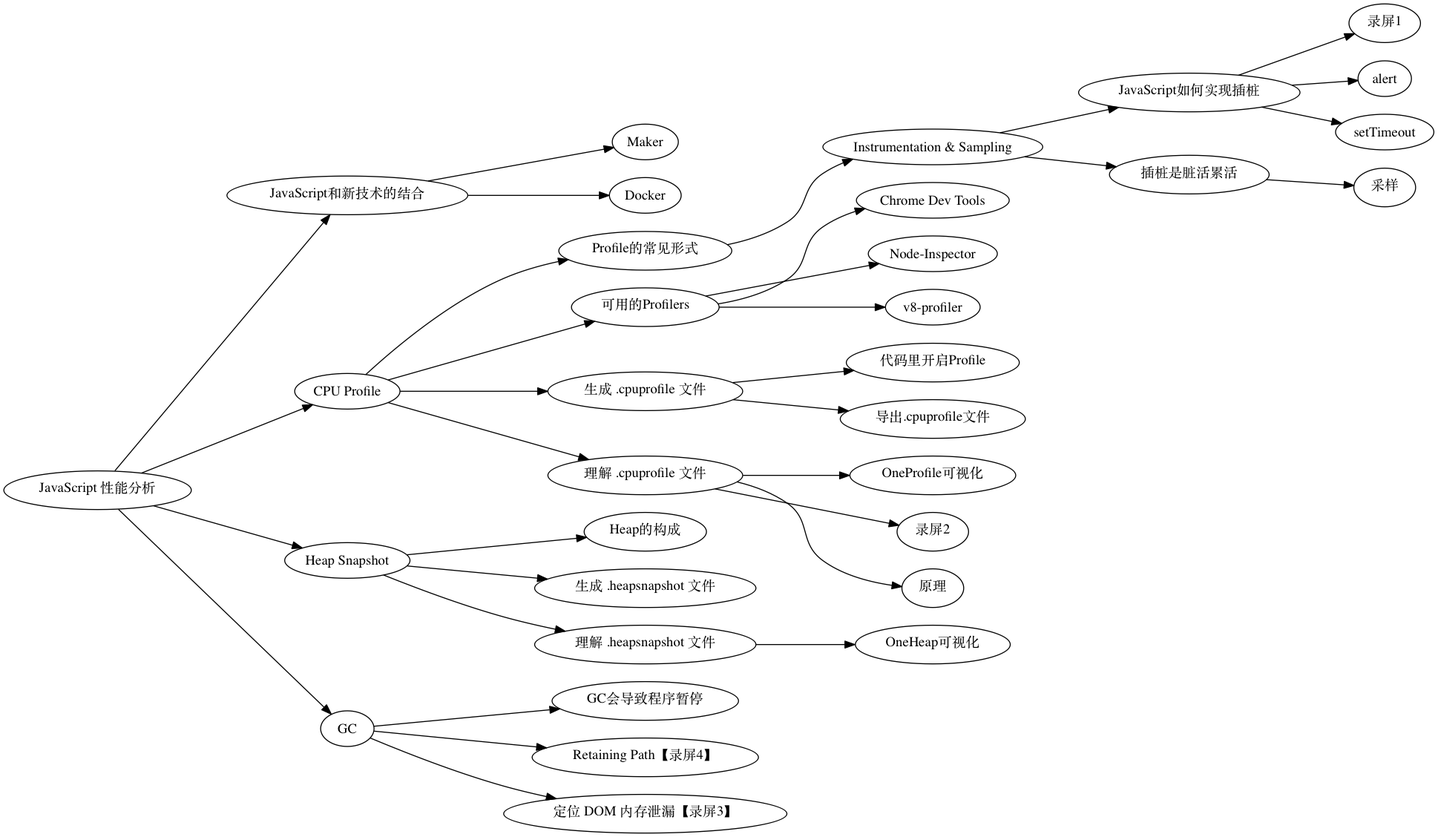
longtian/stuq_workshop keeps this Graphviz diagram as Contents.png. Above is the earlier version. Its source is kept beside it as Contents.dot.
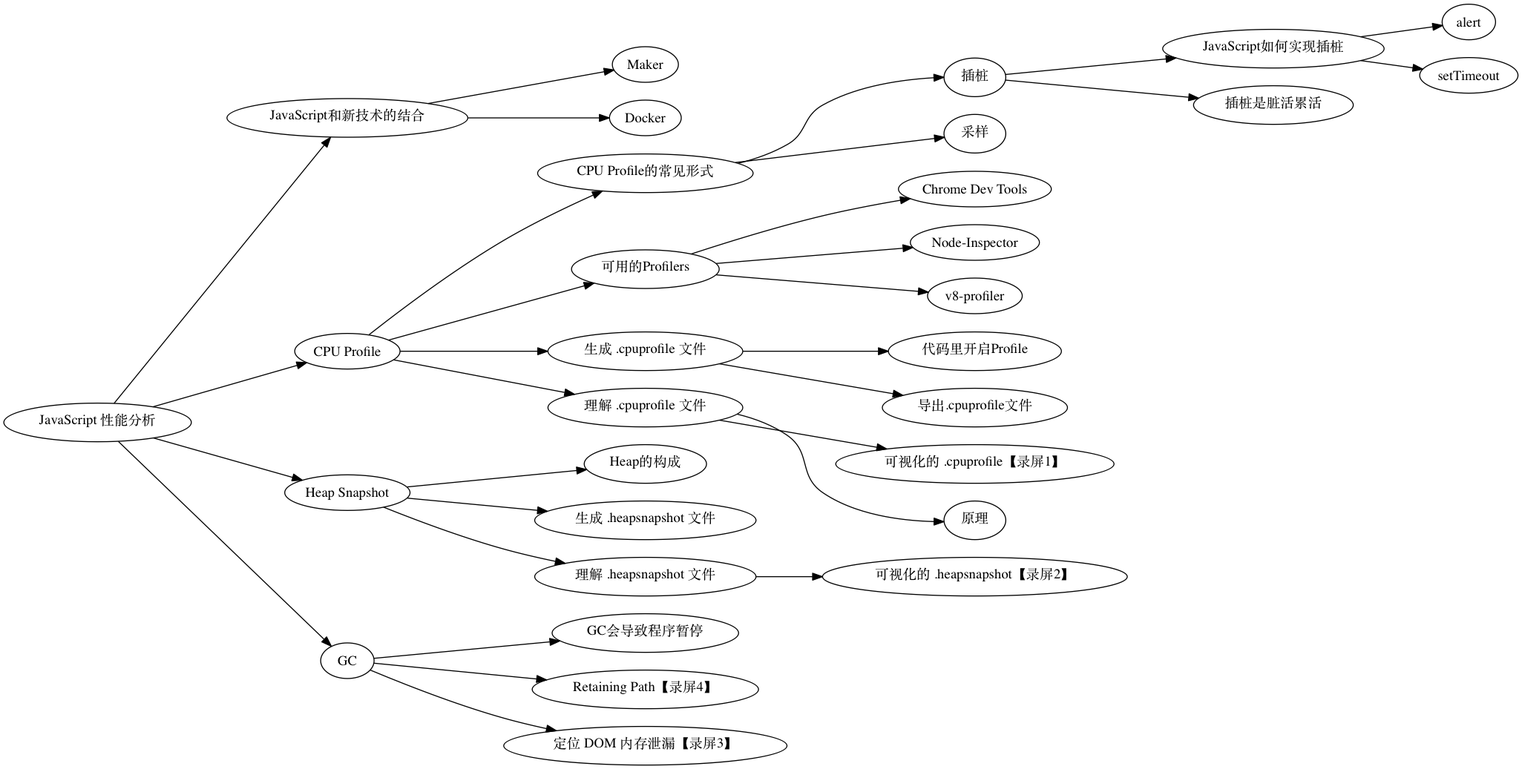
The same file after the commit.

The edit, as a diff of the source:
```diff
@@ -4,17 +4,17 @@
 	"JavaScript 性能分析"->"JavaScript和新技术的结合","CPU Profile","Heap Snapshot","GC"
   	"JavaScript和新技术的结合"->"Maker","Docker"
 
-	"CPU Profile"->"Profile的常见形式"->"Instrumentation & Sampling"
-	"Instrumentation & Sampling"->"JavaScript如何实现插桩"->"录屏1","alert","setTimeout"
-	"Instrumentation & Sampling"->"插桩是脏活累活"->"采样"
+	"CPU Profile"->"CPU Profile的常见形式"->"插桩","采样"
+	"插桩"->"JavaScript如何实现插桩"->"alert","setTimeout"
+	"插桩"->"插桩是脏活累活"
 
 	"CPU Profile"->"可用的Profilers"->"Chrome Dev Tools","Node-Inspector","v8-profiler"
 	"CPU Profile"->"生成 .cpuprofile 文件"->"代码里开启Profile","导出.cpuprofile文件"
-	"CPU Profile"->"理解 .cpuprofile 文件"->"OneProfile可视化","录屏2","原理"
+	"CPU Profile"->"理解 .cpuprofile 文件"->"可视化的 .cpuprofile【录屏1】","原理"
 
 	"Heap Snapshot"   ->"Heap的构成"
 	"Heap Snapshot"   ->"生成 .heapsnapshot 文件"
-	"Heap Snapshot"   ->"理解 .heapsnapshot 文件"->"OneHeap可视化"
+	"Heap Snapshot"   ->"理解 .heapsnapshot 文件"->"可视化的 .heapsnapshot【录屏2】"
 
-	"GC"     ->"GC会导致程序暂停","Retaining Path【录屏4】","定位 DOM 内存泄漏【录屏3】"
+	"GC" -> "GC会导致程序暂停","Retaining Path【录屏4】","定位 DOM 内存泄漏【录屏3】"
 }
```
